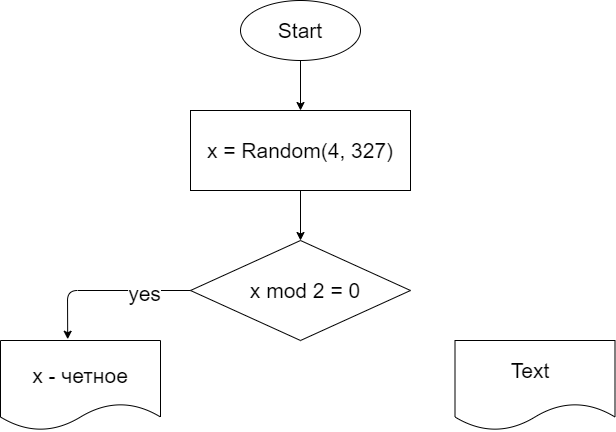
Before: ex003/ex003.drawio.png, a diagram exported from draw.io (valentina-bartko/HomeworkC0807). Source tidied: cells renumbered, new cells last; positions are measured from the earlier drawing's top-left corner, leaving out a move shared by most shapes. Its diagram source:
```xml
<mxGraphModel>
  <root>
    <mxCell id="0" />
    <mxCell id="1" parent="0" />
    <mxCell id="2" style="ellipse;whiteSpace=wrap;html=1;" parent="1" vertex="1">
      <mxGeometry x="240" width="120" height="60" as="geometry" />
    </mxCell>
    <mxCell id="3" value="Start" style="text;html=1;strokeColor=none;fillColor=none;align=center;verticalAlign=middle;whiteSpace=wrap;rounded=0;fontSize=21;" parent="1" vertex="1">
      <mxGeometry x="260" y="10" width="80" height="40" as="geometry" />
    </mxCell>
    <mxCell id="4" style="rounded=0;whiteSpace=wrap;html=1;fontSize=21;" parent="1" vertex="1">
      <mxGeometry x="190" y="110" width="220" height="80" as="geometry" />
    </mxCell>
    <mxCell id="5" value="x = Random(4, 327)" style="text;html=1;strokeColor=none;fillColor=none;align=center;verticalAlign=middle;whiteSpace=wrap;rounded=0;fontSize=21;" parent="1" vertex="1">
      <mxGeometry x="200" y="110" width="200" height="80" as="geometry" />
    </mxCell>
    <mxCell id="6" style="endArrow=classic;html=1;fontSize=21;exitX=0.5;exitY=1;exitDx=0;exitDy=0;" parent="1" edge="1" source="2">
      <mxGeometry relative="1" as="geometry">
        <mxPoint x="300" y="110" as="targetPoint" />
      </mxGeometry>
    </mxCell>
    <mxCell id="7" style="rhombus;whiteSpace=wrap;html=1;fontSize=21;" parent="1" vertex="1">
      <mxGeometry x="190" y="240" width="220" height="100" as="geometry" />
    </mxCell>
    <mxCell id="8" value="x mod 2 = 0" style="text;html=1;strokeColor=none;fillColor=none;align=center;verticalAlign=middle;whiteSpace=wrap;rounded=0;fontSize=21;" parent="1" vertex="1">
      <mxGeometry x="240" y="270" width="130" height="40" as="geometry" />
    </mxCell>
    <mxCell id="9" style="endArrow=classic;html=1;fontSize=21;exitX=0.5;exitY=1;exitDx=0;exitDy=0;entryX=0.5;entryY=0;entryDx=0;entryDy=0;" parent="1" edge="1" source="5" target="7">
      <mxGeometry relative="1" as="geometry" />
    </mxCell>
    <mxCell id="10" style="shape=document;whiteSpace=wrap;html=1;boundedLbl=1;fontSize=21;" parent="1" vertex="1">
      <mxGeometry y="340" width="160" height="90" as="geometry" />
    </mxCell>
    <mxCell id="11" value="x - четное" style="text;html=1;strokeColor=none;fillColor=none;align=center;verticalAlign=middle;whiteSpace=wrap;rounded=0;fontSize=21;" parent="1" vertex="1">
      <mxGeometry x="10" y="350" width="140" height="50" as="geometry" />
    </mxCell>
    <mxCell id="12" style="endArrow=classic;html=1;fontSize=21;exitX=0;exitY=0.5;exitDx=0;exitDy=0;entryX=0.42;entryY=-0.014;entryDx=0;entryDy=0;entryPerimeter=0;" parent="1" edge="1" source="7" target="10">
      <mxGeometry relative="1" as="geometry">
        <Array as="points">
          <mxPoint x="67" y="290" />
        </Array>
      </mxGeometry>
    </mxCell>
    <mxCell id="13" value="yes" style="edgeLabel;html=1;align=center;verticalAlign=middle;fontSize=21;" parent="12" vertex="1">
      <mxGeometry x="-0.45" y="2" relative="1" as="geometry" />
    </mxCell>
    <mxCell id="14" style="shape=document;whiteSpace=wrap;html=1;boundedLbl=1;fontSize=21;" parent="1" vertex="1">
      <mxGeometry x="454.5" y="340" width="160" height="90" as="geometry" />
    </mxCell>
    <mxCell id="15" value="Text" style="text;html=1;strokeColor=none;fillColor=none;align=center;verticalAlign=middle;whiteSpace=wrap;rounded=0;fontSize=21;" parent="1" vertex="1">
      <mxGeometry x="460" y="350" width="140" height="40" as="geometry" />
    </mxCell>
  </root>
</mxGraphModel>
```
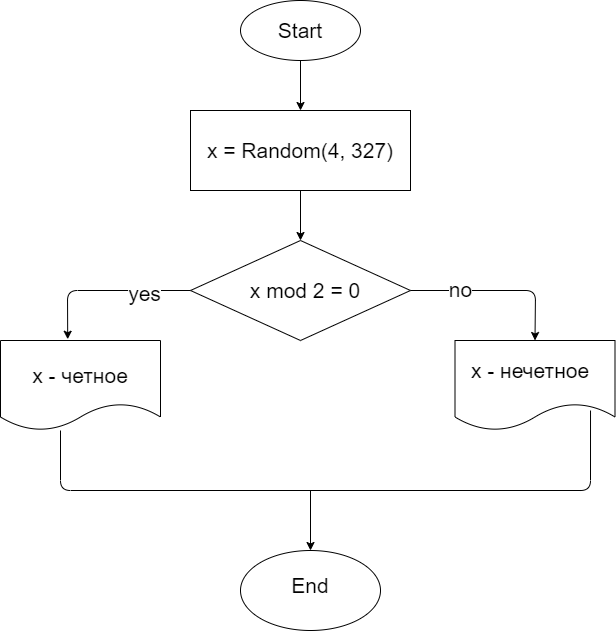
After the commit.

Commit message:
Solved the third problem

The edit, as a diff of the source:
```diff
@@ -47,8 +47,37 @@
     <mxCell id="14" style="shape=document;whiteSpace=wrap;html=1;boundedLbl=1;fontSize=21;" parent="1" vertex="1">
       <mxGeometry x="454.5" y="340" width="160" height="90" as="geometry" />
     </mxCell>
-    <mxCell id="15" value="Text" style="text;html=1;strokeColor=none;fillColor=none;align=center;verticalAlign=middle;whiteSpace=wrap;rounded=0;fontSize=21;" parent="1" vertex="1">
+    <mxCell id="15" value="x - нечетное" style="text;html=1;strokeColor=none;fillColor=none;align=center;verticalAlign=middle;whiteSpace=wrap;rounded=0;fontSize=21;" parent="1" vertex="1">
       <mxGeometry x="460" y="350" width="140" height="40" as="geometry" />
     </mxCell>
+    <mxCell id="16" style="endArrow=classic;html=1;fontSize=21;exitX=1;exitY=0.5;exitDx=0;exitDy=0;entryX=0.5;entryY=0;entryDx=0;entryDy=0;" parent="1" edge="1" source="7" target="14">
+      <mxGeometry relative="1" as="geometry">
+        <Array as="points">
+          <mxPoint x="535" y="290" />
+        </Array>
+      </mxGeometry>
+    </mxCell>
+    <mxCell id="17" value="no" style="edgeLabel;html=1;align=center;verticalAlign=middle;fontSize=21;" parent="16" vertex="1">
+      <mxGeometry x="-0.44" y="2" relative="1" as="geometry" />
+    </mxCell>
+    <mxCell id="18" style="endArrow=none;html=1;fontSize=21;exitX=0.375;exitY=1;exitDx=0;exitDy=0;exitPerimeter=0;entryX=0.847;entryY=0.778;entryDx=0;entryDy=0;entryPerimeter=0;" parent="1" edge="1" source="10" target="14">
+      <mxGeometry relative="1" as="geometry">
+        <Array as="points">
+          <mxPoint x="60" y="490" />
+          <mxPoint x="590" y="490" />
+        </Array>
+      </mxGeometry>
+    </mxCell>
+    <mxCell id="19" style="ellipse;whiteSpace=wrap;html=1;fontSize=21;" parent="1" vertex="1">
+      <mxGeometry x="240" y="550" width="140" height="80" as="geometry" />
+    </mxCell>
+    <mxCell id="20" value="End" style="text;html=1;strokeColor=none;fillColor=none;align=center;verticalAlign=middle;whiteSpace=wrap;rounded=0;fontSize=21;" parent="1" vertex="1">
+      <mxGeometry x="260" y="560" width="100" height="50" as="geometry" />
+    </mxCell>
+    <mxCell id="21" style="endArrow=classic;html=1;fontSize=21;entryX=0.5;entryY=0;entryDx=0;entryDy=0;" parent="1" edge="1" target="19">
+      <mxGeometry relative="1" as="geometry">
+        <mxPoint x="310" y="490" as="sourcePoint" />
+      </mxGeometry>
+    </mxCell>
   </root>
 </mxGraphModel>
```
